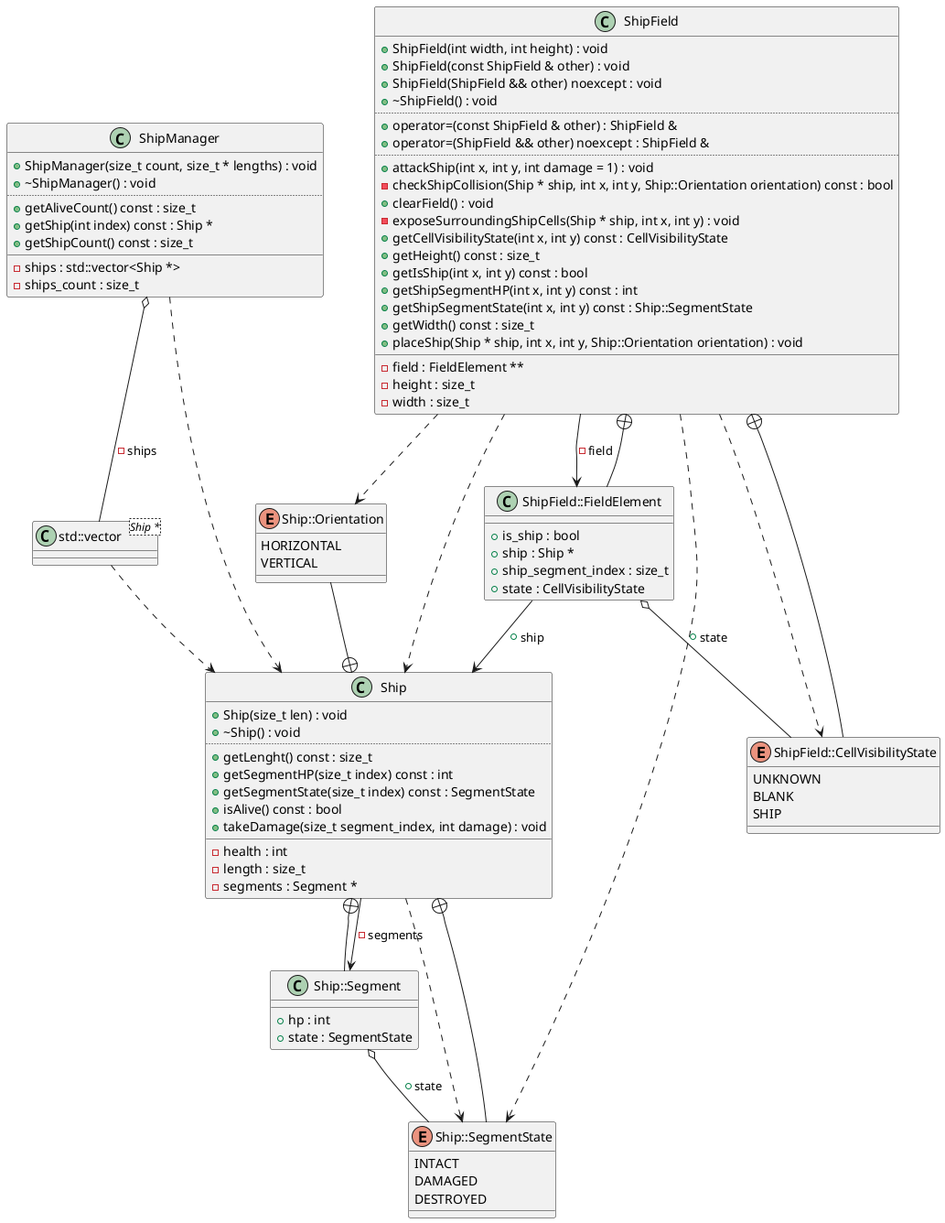
Before: diagrams/lb1.png, a diagram exported from PlantUML (Rennelv/ships).
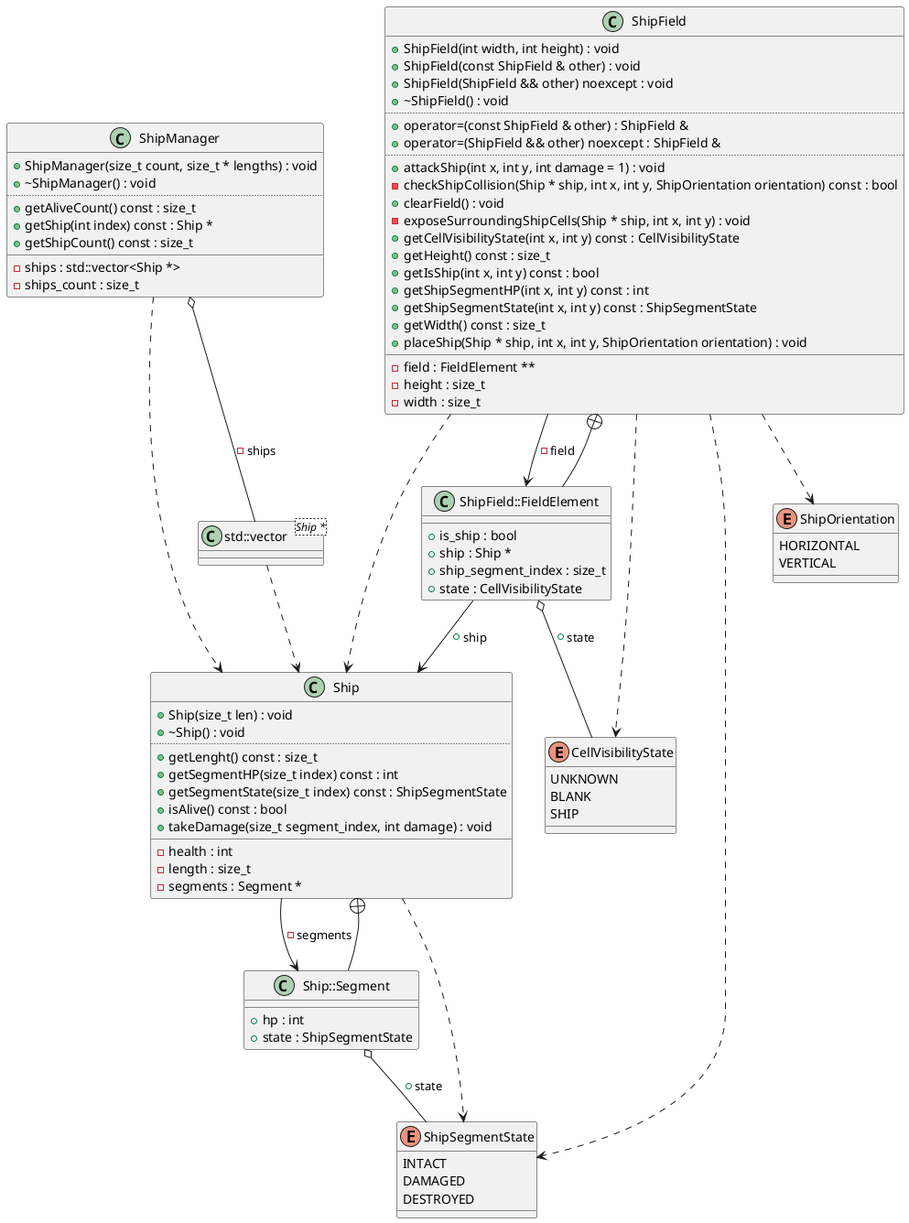
After the change.

What changed in the source:
```diff
@@ -1,4 +1,21 @@
 @startuml
+enum "ShipSegmentState" as C_0014256742677139282670
+enum C_0014256742677139282670 {
+INTACT
+DAMAGED
+DESTROYED
+}
+enum "ShipOrientation" as C_0002579181642537833876
+enum C_0002579181642537833876 {
+HORIZONTAL
+VERTICAL
+}
+enum "CellVisibilityState" as C_0003333043679234439357
+enum C_0003333043679234439357 {
+UNKNOWN
+BLANK
+SHIP
+}
 class "std::vector<Ship *>" as C_0007462257846685508834
 class C_0007462257846685508834 {
 __
@@ -10,7 +27,7 @@
 ..
 +getLenght() const : size_t
 +getSegmentHP(size_t index) const : int
-+getSegmentState(size_t index) const : SegmentState
++getSegmentState(size_t index) const : ShipSegmentState
 +isAlive() const : bool
 +takeDamage(size_t segment_index, int damage) : void
 __
@@ -18,22 +35,11 @@
 -length : size_t
 -segments : Segment *
 }
-enum "Ship::SegmentState" as C_0016593760204207859148
-enum C_0016593760204207859148 {
-INTACT
-DAMAGED
-DESTROYED
-}
-enum "Ship::Orientation" as C_0015200704647938469073
-enum C_0015200704647938469073 {
-HORIZONTAL
-VERTICAL
-}
 class "Ship::Segment" as C_0000674658759292391449
 class C_0000674658759292391449 {
 __
 +hp : int
-+state : SegmentState
++state : ShipSegmentState
 }
 class "ShipField" as C_0003843296779074973901
 class C_0003843296779074973901 {
@@ -46,26 +52,20 @@
 +operator=(ShipField && other) noexcept : ShipField &
 ..
 +attackShip(int x, int y, int damage = 1) : void
--checkShipCollision(Ship * ship, int x, int y, Ship::Orientation orientation) const : bool
+-checkShipCollision(Ship * ship, int x, int y, ShipOrientation orientation) const : bool
 +clearField() : void
 -exposeSurroundingShipCells(Ship * ship, int x, int y) : void
 +getCellVisibilityState(int x, int y) const : CellVisibilityState
 +getHeight() const : size_t
 +getIsShip(int x, int y) const : bool
 +getShipSegmentHP(int x, int y) const : int
-+getShipSegmentState(int x, int y) const : Ship::SegmentState
++getShipSegmentState(int x, int y) const : ShipSegmentState
 +getWidth() const : size_t
-+placeShip(Ship * ship, int x, int y, Ship::Orientation orientation) : void
++placeShip(Ship * ship, int x, int y, ShipOrientation orientation) : void
 __
 -field : FieldElement **
 -height : size_t
 -width : size_t
-}
-enum "ShipField::CellVisibilityState" as C_0014337503322603405869
-enum C_0014337503322603405869 {
-UNKNOWN
-BLANK
-SHIP
 }
 class "ShipField::FieldElement" as C_0000316359785794417378
 class C_0000316359785794417378 {
@@ -88,20 +88,17 @@
 -ships_count : size_t
 }
 C_0007462257846685508834 ..> C_0014529657433315016423
-C_0014529657433315016423 ..> C_0016593760204207859148
+C_0014529657433315016423 ..> C_0014256742677139282670
 C_0014529657433315016423 --> C_0000674658759292391449 : -segments
-C_0016593760204207859148 --+ C_0014529657433315016423
-C_0015200704647938469073 --+ C_0014529657433315016423
 C_0000674658759292391449 --+ C_0014529657433315016423
-C_0000674658759292391449 o-- C_0016593760204207859148 : +state
+C_0000674658759292391449 o-- C_0014256742677139282670 : +state
 C_0003843296779074973901 ..> C_0014529657433315016423
-C_0003843296779074973901 ..> C_0015200704647938469073
-C_0003843296779074973901 ..> C_0014337503322603405869
-C_0003843296779074973901 ..> C_0016593760204207859148
+C_0003843296779074973901 ..> C_0002579181642537833876
+C_0003843296779074973901 ..> C_0003333043679234439357
+C_0003843296779074973901 ..> C_0014256742677139282670
 C_0003843296779074973901 --> C_0000316359785794417378 : -field
-C_0014337503322603405869 --+ C_0003843296779074973901
 C_0000316359785794417378 --+ C_0003843296779074973901
-C_0000316359785794417378 o-- C_0014337503322603405869 : +state
+C_0000316359785794417378 o-- C_0003333043679234439357 : +state
 C_0000316359785794417378 --> C_0014529657433315016423 : +ship
 C_0017499122254539489506 ..> C_0014529657433315016423
 C_0017499122254539489506 o-- C_0007462257846685508834 : -ships
```
